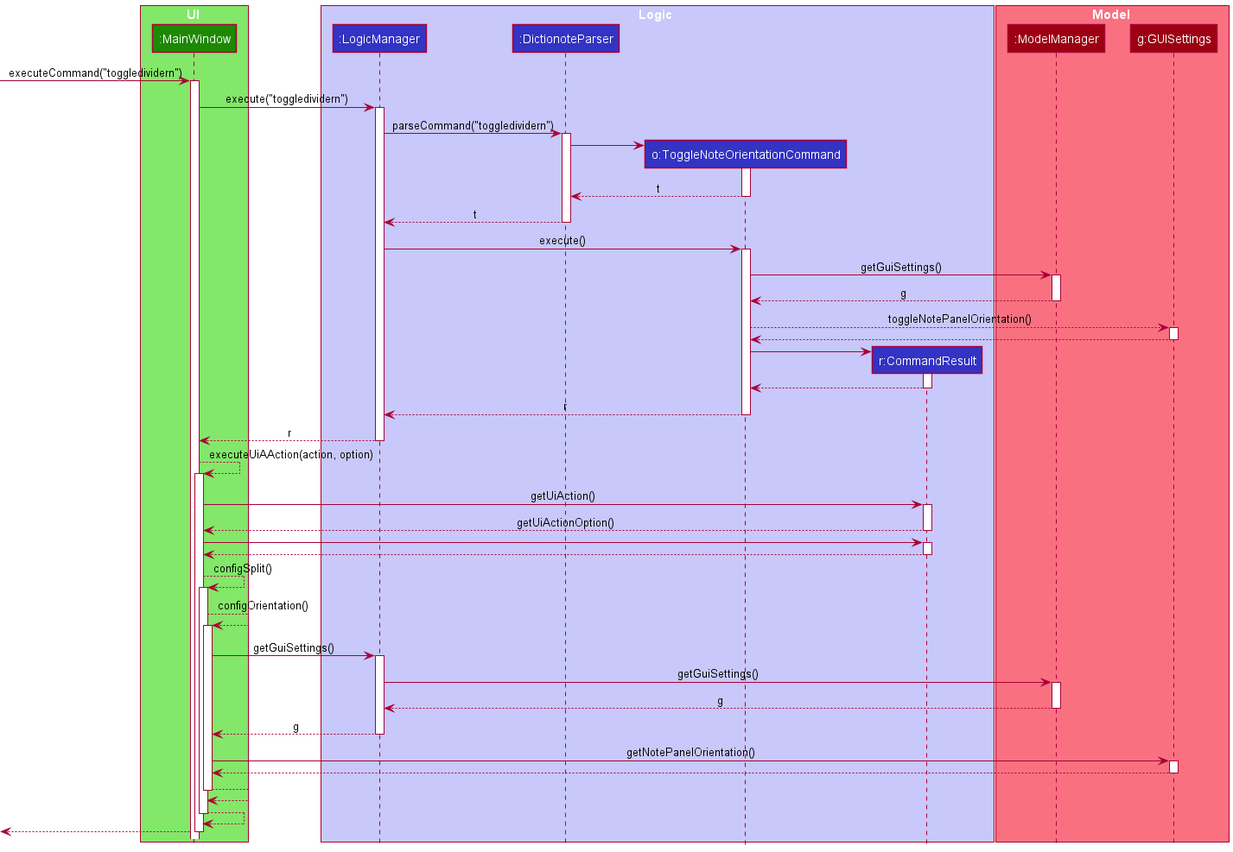
Above: docs/images/ToggleCommandSequenceDiagram.png in nus-cs2103-AY2021S2/tp (PlantUML), before the change. The source it was exported from:
```plantuml
@startuml
!include style.puml

box UI UI_COLOR_T1
participant ":MainWindow" as MainWindow UI_COLOR
end box

box Logic LOGIC_COLOR_T1
participant ":LogicManager" as LogicManager LOGIC_COLOR
participant ":DictionoteParser" as DictionoteParser LOGIC_COLOR
participant "o:ToggleNoteOrientationCommand" as ToggleNoteOrientationCommand LOGIC_COLOR
participant "r:CommandResult" as CommandResult LOGIC_COLOR
end box

box Model MODEL_COLOR_T1
participant ":ModelManager" as ModelManager MODEL_COLOR
participant "g:GUISettings" as GUISettings MODEL_COLOR
end box

[-> MainWindow : executeCommand("toggledividern")
activate MainWindow


MainWindow-> LogicManager : execute("toggledividern")
activate LogicManager

LogicManager -> DictionoteParser : parseCommand("toggledividern")
activate DictionoteParser

create ToggleNoteOrientationCommand
DictionoteParser -> ToggleNoteOrientationCommand
activate ToggleNoteOrientationCommand

ToggleNoteOrientationCommand --> DictionoteParser : t
deactivate ToggleNoteOrientationCommand


DictionoteParser --> LogicManager : t
deactivate DictionoteParser

LogicManager -> ToggleNoteOrientationCommand : execute()
activate ToggleNoteOrientationCommand

ToggleNoteOrientationCommand -> ModelManager : getGuiSettings()
activate ModelManager

ModelManager --> ToggleNoteOrientationCommand : g
deactivate ModelManager

ToggleNoteOrientationCommand --> GUISettings : toggleNotePanelOrientation()
activate GUISettings

GUISettings --> ToggleNoteOrientationCommand :
deactivate GUISettings


create CommandResult
ToggleNoteOrientationCommand -> CommandResult
activate CommandResult

CommandResult --> ToggleNoteOrientationCommand
deactivate CommandResult

ToggleNoteOrientationCommand --> LogicManager : r
deactivate ToggleNoteOrientationCommand

LogicManager --> MainWindow : r
deactivate LogicManager


MainWindow --> MainWindow : executeUiAAction(action, option)
activate MainWindow


MainWindow -> CommandResult : getUiAction()
activate CommandResult

CommandResult --> MainWindow : getUiActionOption()
deactivate CommandResult


MainWindow -> CommandResult
activate CommandResult

CommandResult --> MainWindow
deactivate CommandResult

MainWindow --> MainWindow : configSplit()
activate MainWindow

MainWindow --> MainWindow : configOrientation()
activate MainWindow


MainWindow -> LogicManager : getGuiSettings()
activate LogicManager

LogicManager -> ModelManager : getGuiSettings()
activate ModelManager

ModelManager --> LogicManager : g
deactivate ModelManager

LogicManager --> MainWindow : g
deactivate LogicManager

MainWindow -> GUISettings : getNotePanelOrientation()
activate GUISettings

GUISettings --> MainWindow
deactivate GUISettings

MainWindow --> MainWindow
deactivate MainWindow

MainWindow --> MainWindow
deactivate MainWindow

[<--MainWindow
deactivate MainWindow
@enduml
```
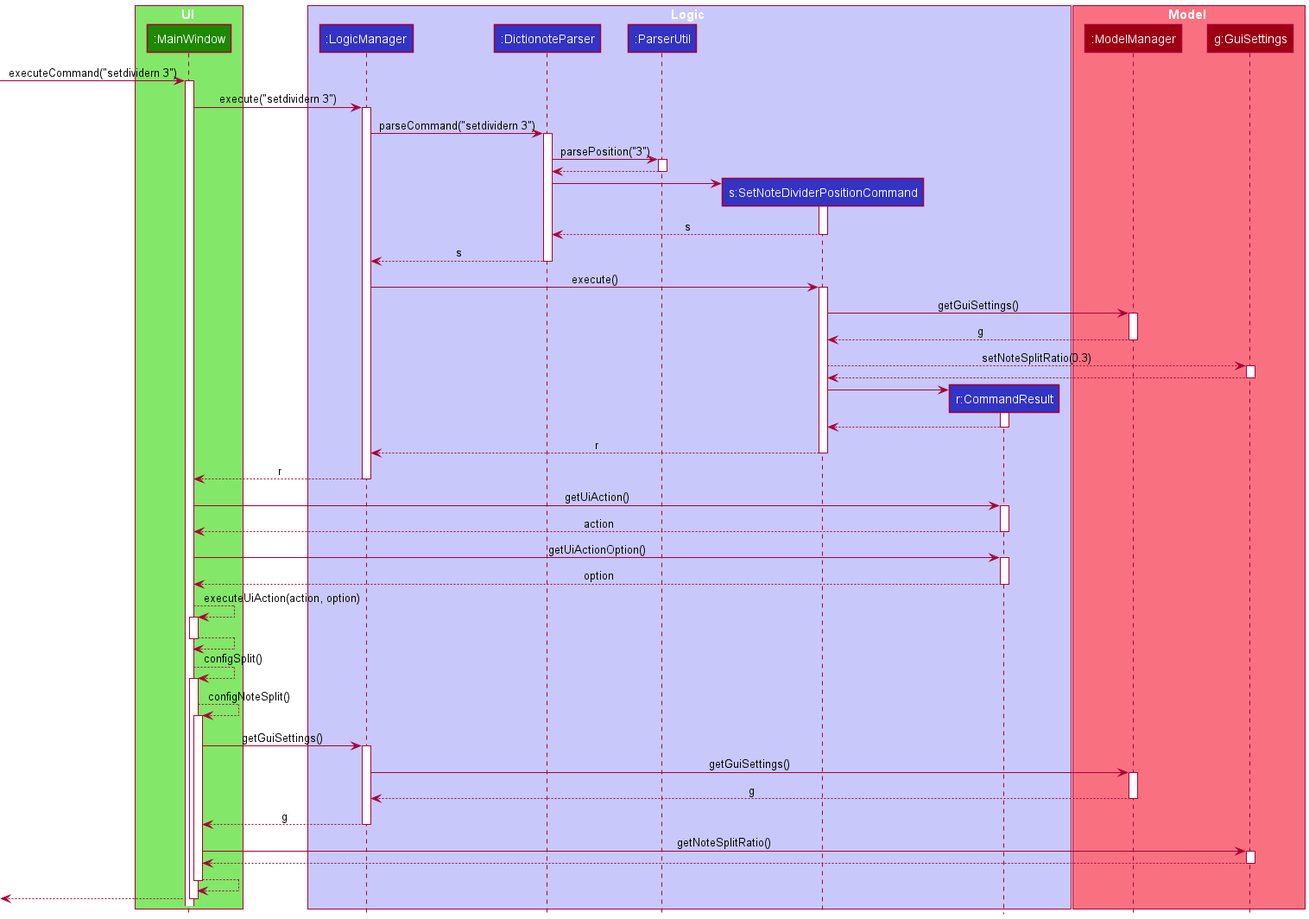
Above is the later version.

Change to the diagram source:
```diff
@@ -8,87 +8,95 @@
 box Logic LOGIC_COLOR_T1
 participant ":LogicManager" as LogicManager LOGIC_COLOR
 participant ":DictionoteParser" as DictionoteParser LOGIC_COLOR
-participant "o:ToggleNoteOrientationCommand" as ToggleNoteOrientationCommand LOGIC_COLOR
+participant ":ParserUtil" as ParserUtil LOGIC_COLOR
+participant "s:SetNoteDividerPositionCommand" as SetNoteDividerPositionCommand LOGIC_COLOR
 participant "r:CommandResult" as CommandResult LOGIC_COLOR
 end box
 
 box Model MODEL_COLOR_T1
 participant ":ModelManager" as ModelManager MODEL_COLOR
-participant "g:GUISettings" as GUISettings MODEL_COLOR
+participant "g:GuiSettings" as GuiSettings MODEL_COLOR
 end box
 
-[-> MainWindow : executeCommand("toggledividern")
+[-> MainWindow : executeCommand("setdividern 3")
 activate MainWindow
 
 
-MainWindow-> LogicManager : execute("toggledividern")
+MainWindow-> LogicManager : execute("setdividern 3")
 activate LogicManager
 
-LogicManager -> DictionoteParser : parseCommand("toggledividern")
+LogicManager -> DictionoteParser : parseCommand("setdividern 3")
 activate DictionoteParser
 
-create ToggleNoteOrientationCommand
-DictionoteParser -> ToggleNoteOrientationCommand
-activate ToggleNoteOrientationCommand
+DictionoteParser -> ParserUtil : parsePosition("3")
+activate ParserUtil
 
-ToggleNoteOrientationCommand --> DictionoteParser : t
-deactivate ToggleNoteOrientationCommand
+ParserUtil --> DictionoteParser :
+deactivate ParserUtil
+
+create SetNoteDividerPositionCommand
+DictionoteParser -> SetNoteDividerPositionCommand
+activate SetNoteDividerPositionCommand
+
+SetNoteDividerPositionCommand --> DictionoteParser : s
+deactivate SetNoteDividerPositionCommand
 
 
-DictionoteParser --> LogicManager : t
+DictionoteParser --> LogicManager : s
 deactivate DictionoteParser
 
-LogicManager -> ToggleNoteOrientationCommand : execute()
-activate ToggleNoteOrientationCommand
+LogicManager -> SetNoteDividerPositionCommand : execute()
+activate SetNoteDividerPositionCommand
 
-ToggleNoteOrientationCommand -> ModelManager : getGuiSettings()
+SetNoteDividerPositionCommand -> ModelManager : getGuiSettings()
 activate ModelManager
 
-ModelManager --> ToggleNoteOrientationCommand : g
+ModelManager --> SetNoteDividerPositionCommand : g
 deactivate ModelManager
 
-ToggleNoteOrientationCommand --> GUISettings : toggleNotePanelOrientation()
-activate GUISettings
+SetNoteDividerPositionCommand --> GuiSettings : setNoteSplitRatio(0.3)
+activate GuiSettings
 
-GUISettings --> ToggleNoteOrientationCommand :
-deactivate GUISettings
+GuiSettings --> SetNoteDividerPositionCommand :
+deactivate GuiSettings
 
 
 create CommandResult
-ToggleNoteOrientationCommand -> CommandResult
+SetNoteDividerPositionCommand -> CommandResult
 activate CommandResult
 
-CommandResult --> ToggleNoteOrientationCommand
+CommandResult --> SetNoteDividerPositionCommand
 deactivate CommandResult
 
-ToggleNoteOrientationCommand --> LogicManager : r
-deactivate ToggleNoteOrientationCommand
+SetNoteDividerPositionCommand --> LogicManager : r
+deactivate SetNoteDividerPositionCommand
 
 LogicManager --> MainWindow : r
 deactivate LogicManager
 
-
-MainWindow --> MainWindow : executeUiAAction(action, option)
-activate MainWindow
-
-
 MainWindow -> CommandResult : getUiAction()
 activate CommandResult
 
-CommandResult --> MainWindow : getUiActionOption()
+CommandResult --> MainWindow :action
 deactivate CommandResult
 
 
-MainWindow -> CommandResult
+MainWindow -> CommandResult : getUiActionOption()
 activate CommandResult
 
-CommandResult --> MainWindow
+CommandResult --> MainWindow :option
 deactivate CommandResult
+
+MainWindow --> MainWindow : executeUiAction(action, option)
+activate MainWindow
+
+MainWindow --> MainWindow
+deactivate MainWindow
 
 MainWindow --> MainWindow : configSplit()
 activate MainWindow
 
-MainWindow --> MainWindow : configOrientation()
+MainWindow --> MainWindow : configNoteSplit()
 activate MainWindow
 
 
@@ -104,14 +112,13 @@
 LogicManager --> MainWindow : g
 deactivate LogicManager
 
-MainWindow -> GUISettings : getNotePanelOrientation()
-activate GUISettings
+MainWindow -> GuiSettings : getNoteSplitRatio()
+activate GuiSettings
 
-GUISettings --> MainWindow
-deactivate GUISettings
+GuiSettings --> MainWindow
+deactivate GuiSettings
 
-MainWindow --> MainWindow
-deactivate MainWindow
+
 
 MainWindow --> MainWindow
 deactivate MainWindow
```
